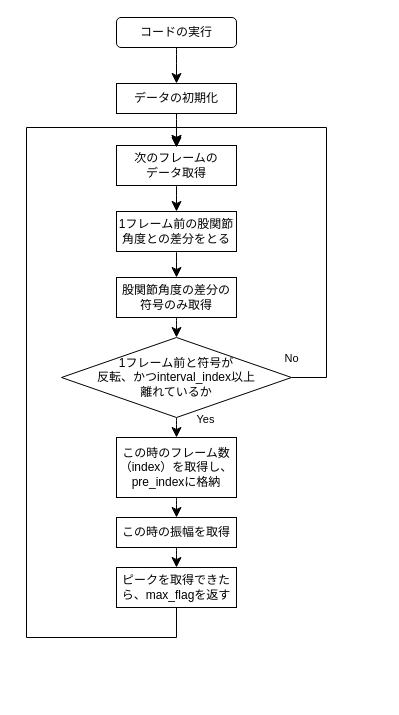
Above: return_max_min_timing_right_cpp.drawio in abtom16/Understanding_HIMICO (draw.io), before the change. Source tidied: cells renumbered, new cells numbered last; positions are measured from the earlier drawing's top-left corner, leaving out a move shared by most shapes. Both pictures are drawn from the tidied source at 100%, with x=0, y=0 at pixel (26, 17).
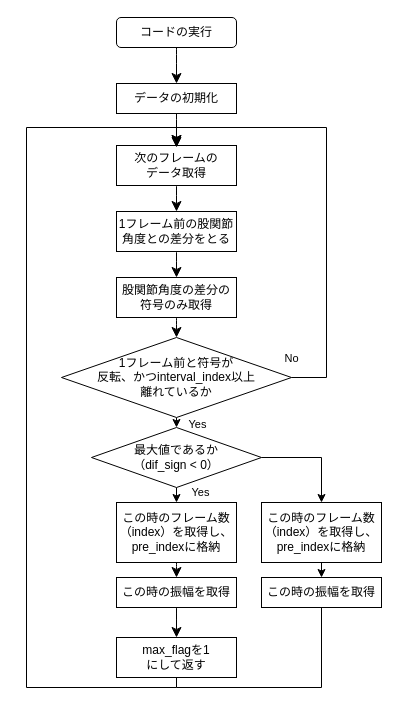
After the change.

Commit message:
return_max_min_timing_right_cpp.drawio を更新します

Unchanged cells that the change refers to:
```xml
<mxCell id="7" value="次のフレームの&lt;br&gt;データ取得" style="rounded=0;whiteSpace=wrap;html=1;" parent="1" vertex="1">
  <mxGeometry x="90" y="128" width="120" height="40" as="geometry" />
</mxCell>
<mxCell id="14" value="1フレーム前と符号が&lt;br&gt;反転、かつinterval_index以上&lt;br&gt;離れているか" style="rhombus;whiteSpace=wrap;html=1;" parent="1" vertex="1">
  <mxGeometry x="35" y="320" width="230" height="80" as="geometry" />
</mxCell>
```

Change to the diagram source:
```diff
@@
-    <mxCell id="12" style="edgeStyle=none;curved=1;rounded=0;jettySize=auto;html=1;exitX=0.5;exitY=1;exitDx=0;exitDy=0;fontSize=12;startSize=8;endSize=8;" parent="1" edge="1" source="14" target="16">
-      <mxGeometry relative="1" as="geometry" />
-    </mxCell>
-    <mxCell id="13" value="Yes" style="edgeLabel;html=1;align=center;verticalAlign=middle;" parent="12" vertex="1">
-      <mxGeometry x="0.1" y="-1" relative="1" as="geometry">
-        <mxPoint x="29" y="-10" as="offset" />
-      </mxGeometry>
-    </mxCell>
+    <mxCell id="23" style="edgeStyle=orthogonalEdgeStyle;rounded=0;jettySize=auto;html=1;exitX=0.5;exitY=1;exitDx=0;exitDy=0;entryX=0.5;entryY=0;entryDx=0;entryDy=0;" parent="1" edge="1" source="14" target="28">
+      <mxGeometry relative="1" as="geometry" />
+    </mxCell>
+    <mxCell id="24" value="Yes" style="edgeLabel;html=1;align=center;verticalAlign=middle;" parent="23" vertex="1">
+      <mxGeometry x="0.16" relative="1" as="geometry">
+        <mxPoint x="20" as="offset" />
+      </mxGeometry>
+    </mxCell>
@@
     <mxCell id="16" value="この時のフレーム数（index）を取得し、pre_indexに格納" style="rounded=0;whiteSpace=wrap;html=1;" parent="1" vertex="1">
-      <mxGeometry x="90" y="420" width="120" height="60" as="geometry" />
+      <mxGeometry x="90" y="485" width="120" height="60" as="geometry" />
     </mxCell>
@@
     <mxCell id="18" value="この時の振幅を取得" style="rounded=0;whiteSpace=wrap;html=1;" parent="1" vertex="1">
-      <mxGeometry x="90" y="500" width="120" height="30" as="geometry" />
+      <mxGeometry x="90" y="560" width="120" height="30" as="geometry" />
     </mxCell>
-    <mxCell id="19" value="ピークを取得できたら、max_flagを返す" style="rounded=0;whiteSpace=wrap;html=1;" parent="1" vertex="1">
-      <mxGeometry x="90" y="550" width="120" height="40" as="geometry" />
+    <mxCell id="19" value="max_flagを1&lt;br&gt;にして返す" style="rounded=0;whiteSpace=wrap;html=1;" parent="1" vertex="1">
+      <mxGeometry x="90" y="620" width="120" height="40" as="geometry" />
     </mxCell>
     <mxCell id="20" style="edgeStyle=orthogonalEdgeStyle;endArrow=classic;html=1;rounded=0;endSize=8;startSize=8;fontSize=12;exitX=0.5;exitY=1;exitDx=0;exitDy=0;entryX=0.5;entryY=0;entryDx=0;entryDy=0;" parent="1" edge="1" source="19" target="7">
       <mxGeometry relative="1" as="geometry">
         <Array as="points">
-          <mxPoint x="150" y="620" />
-          <mxPoint y="620" />
+          <mxPoint x="150" y="670" />
+          <mxPoint y="670" />
           <mxPoint y="110" />
           <mxPoint x="150" y="110" />
         </Array>
       </mxGeometry>
     </mxCell>
@@
+    <mxCell id="25" style="edgeStyle=orthogonalEdgeStyle;rounded=0;jettySize=auto;html=1;exitX=0.5;exitY=1;exitDx=0;exitDy=0;entryX=0.5;entryY=0;entryDx=0;entryDy=0;" parent="1" edge="1" source="28" target="16">
+      <mxGeometry relative="1" as="geometry" />
+    </mxCell>
+    <mxCell id="26" value="Yes" style="edgeLabel;html=1;align=center;verticalAlign=middle;" parent="25" vertex="1">
+      <mxGeometry x="-0.3" y="6" relative="1" as="geometry">
+        <mxPoint x="17" y="-1" as="offset" />
+      </mxGeometry>
+    </mxCell>
+    <mxCell id="27" style="edgeStyle=orthogonalEdgeStyle;rounded=0;jettySize=auto;html=1;exitX=1;exitY=0.5;exitDx=0;exitDy=0;entryX=0.5;entryY=0;entryDx=0;entryDy=0;" parent="1" edge="1" source="28" target="30">
+      <mxGeometry relative="1" as="geometry" />
+    </mxCell>
+    <mxCell id="28" value="最大値であるか&lt;br&gt;（dif_sign &amp;lt; 0）" style="rhombus;whiteSpace=wrap;html=1;" parent="1" vertex="1">
+      <mxGeometry x="65" y="410" width="170" height="60" as="geometry" />
+    </mxCell>
+    <mxCell id="29" style="edgeStyle=orthogonalEdgeStyle;rounded=0;jettySize=auto;html=1;exitX=0.5;exitY=1;exitDx=0;exitDy=0;entryX=0.5;entryY=0;entryDx=0;entryDy=0;" parent="1" edge="1" source="30" target="31">
+      <mxGeometry relative="1" as="geometry" />
+    </mxCell>
+    <mxCell id="30" value="この時のフレーム数（index）を取得し、pre_indexに格納" style="rounded=0;whiteSpace=wrap;html=1;" parent="1" vertex="1">
+      <mxGeometry x="235" y="485" width="120" height="60" as="geometry" />
+    </mxCell>
+    <mxCell id="31" value="この時の振幅を取得" style="rounded=0;whiteSpace=wrap;html=1;" parent="1" vertex="1">
+      <mxGeometry x="235" y="560" width="120" height="30" as="geometry" />
+    </mxCell>
+    <mxCell id="32" style="endArrow=none;html=1;rounded=0;entryX=0.5;entryY=1;entryDx=0;entryDy=0;" parent="1" edge="1" target="31">
+      <mxGeometry relative="1" as="geometry">
+        <mxPoint x="150" y="670" as="sourcePoint" />
+        <Array as="points">
+          <mxPoint x="295" y="670" />
+        </Array>
+      </mxGeometry>
+    </mxCell>
```
